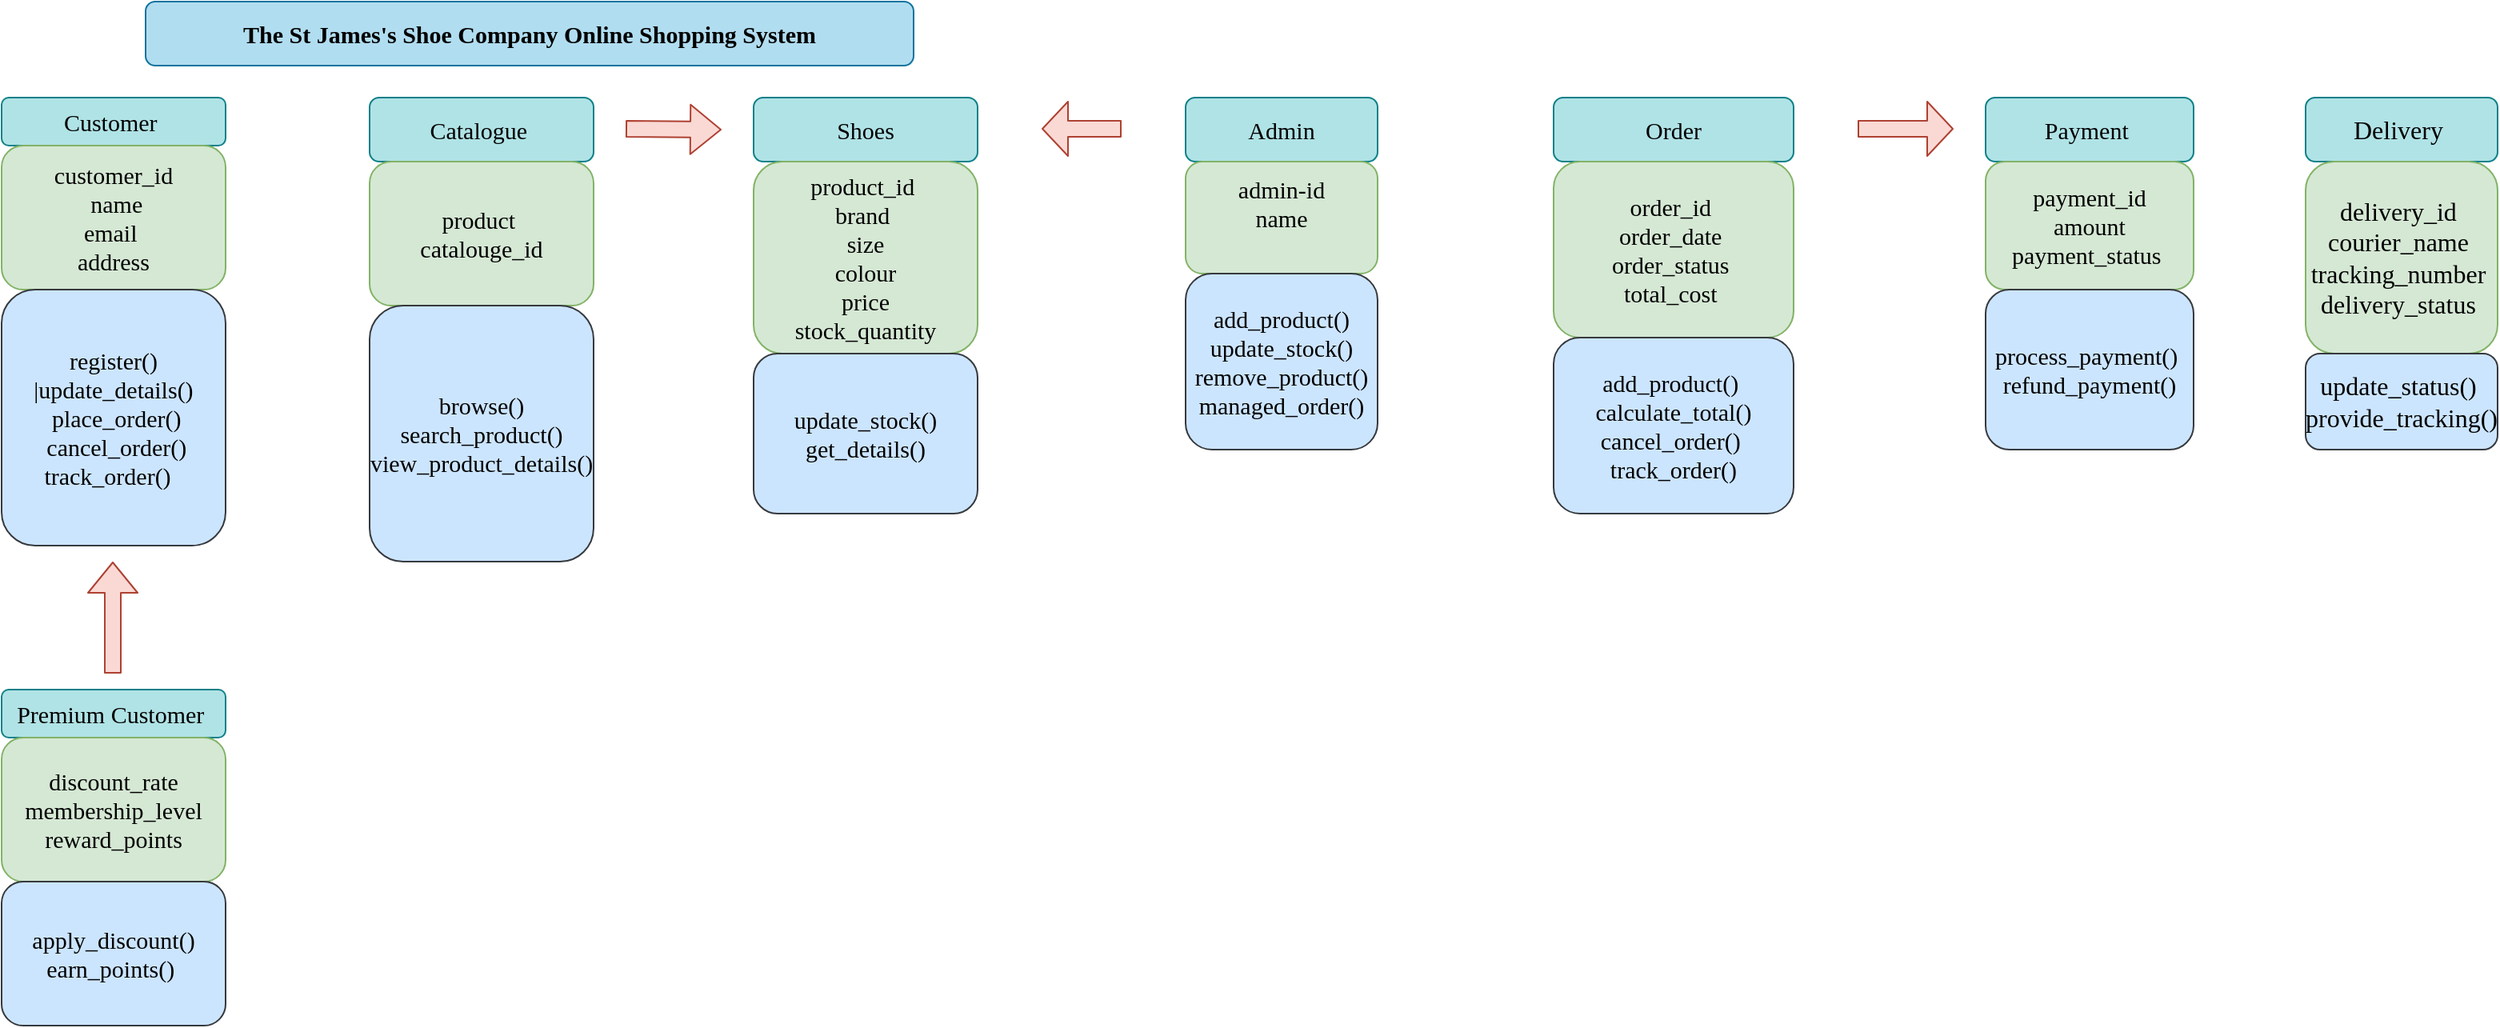
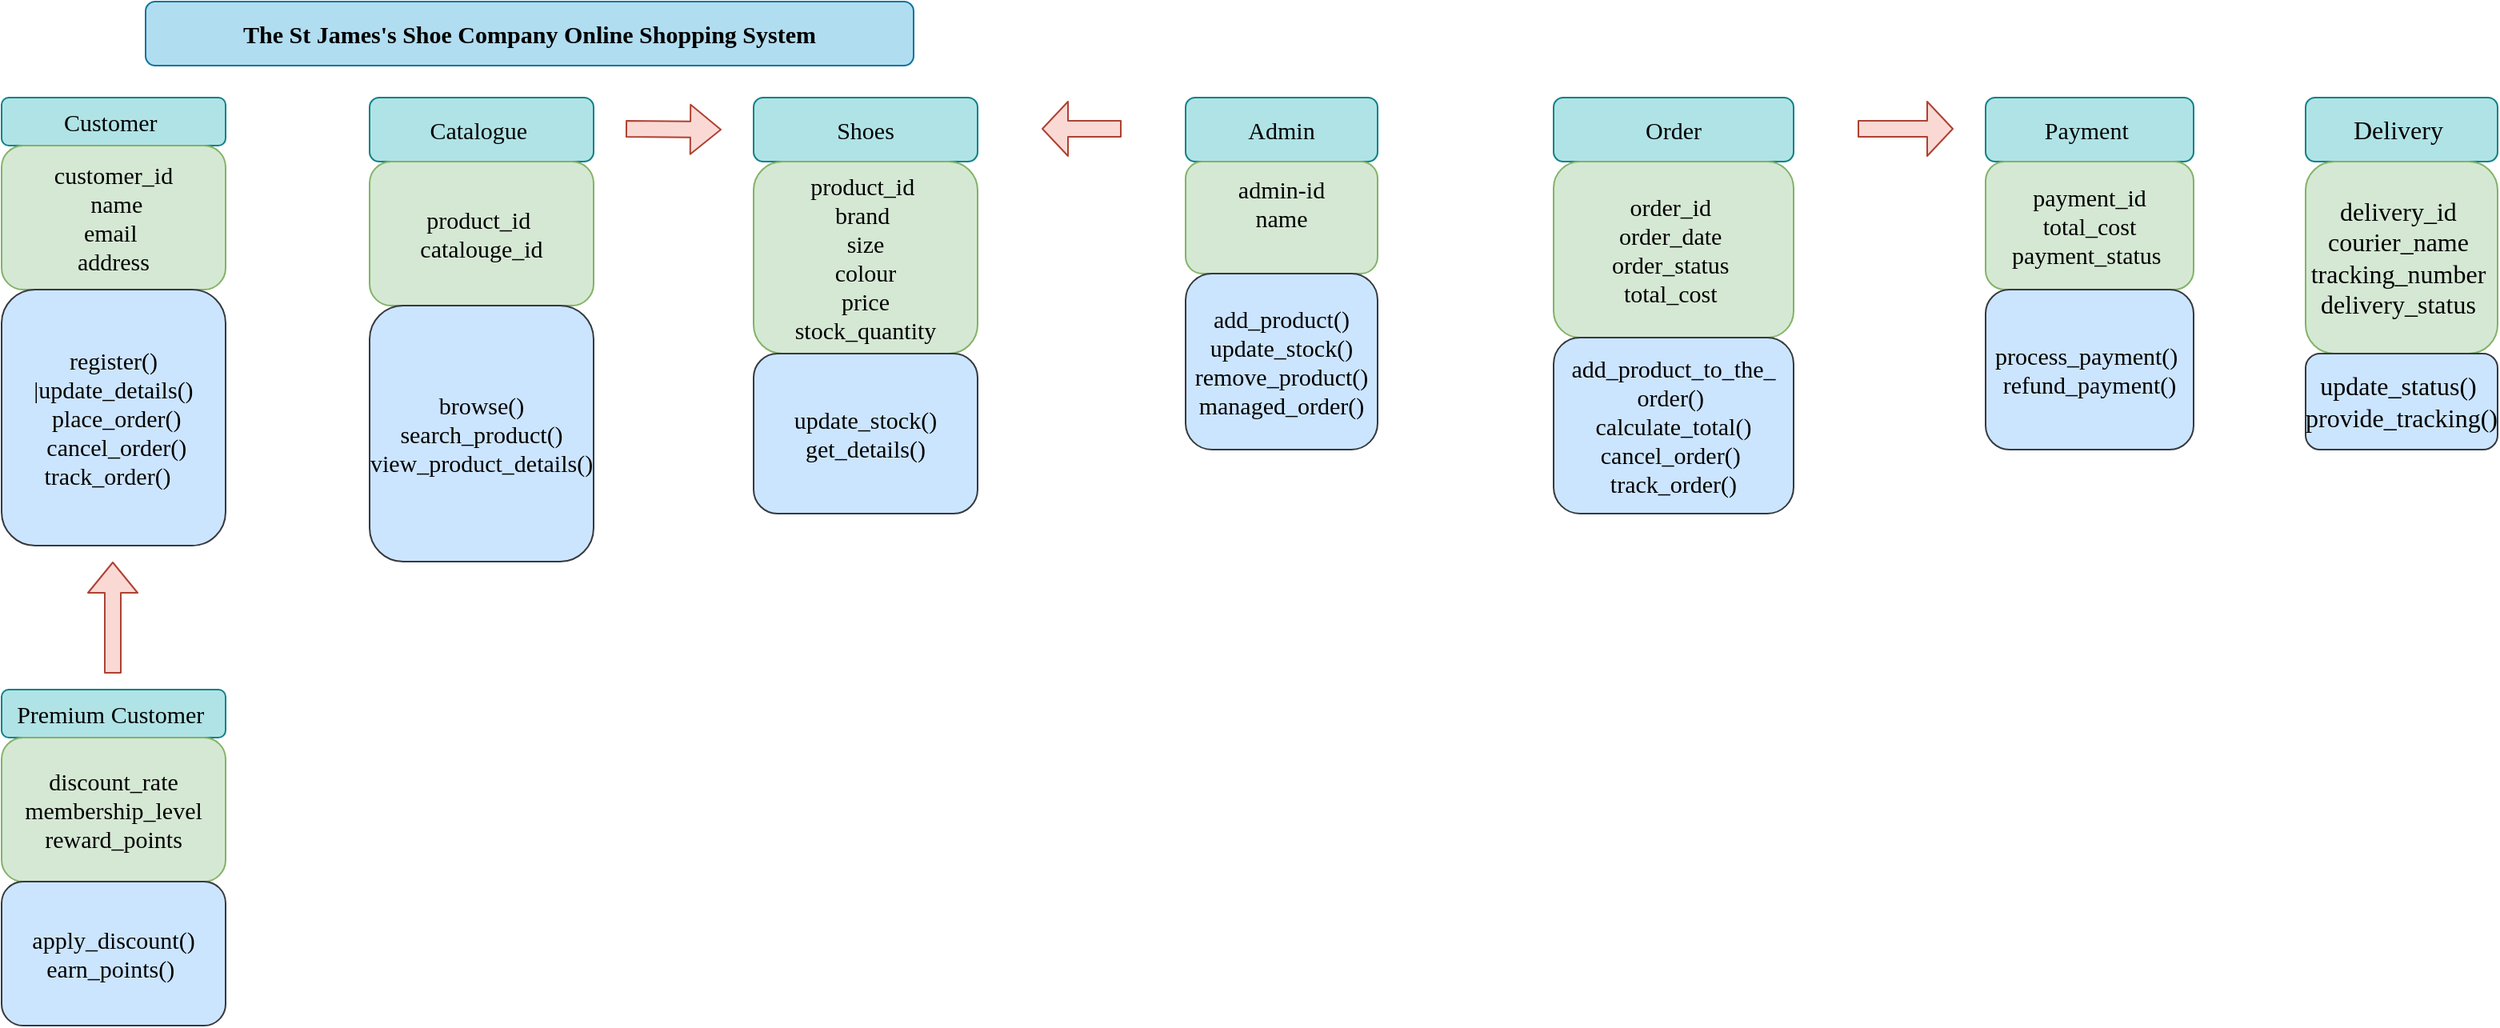
<mxfile host="app.diagrams.net">
  <diagram name="Page-1" id="zBQsa7cZHyROo2B0buzC">
-     <mxGraphModel dx="934" dy="619" grid="1" gridSize="10" guides="1" tooltips="1" connect="1" arrows="1" fold="1" page="1" pageScale="1" pageWidth="1654" pageHeight="2336" background="#FFFFFF" math="0" shadow="0">
+     <mxGraphModel dx="505" dy="335" grid="1" gridSize="10" guides="1" tooltips="1" connect="1" arrows="1" fold="1" page="1" pageScale="1" pageWidth="1654" pageHeight="2336" background="#FFFFFF" math="0" shadow="0">
      <root>
        <mxCell id="0" />
        <mxCell id="1" parent="0" />
        <mxCell id="wbyo3HuhCAC_yU22lBOG-1" parent="1" style="rounded=1;whiteSpace=wrap;html=1;fillColor=#b1ddf0;strokeColor=#10739e;fontFamily=Times New Roman;fontStyle=1;fontSize=15;" value="&lt;span data-token-index=&quot;0&quot; class=&quot;notion-enable-hover&quot; style=&quot;text-align: start;&quot;&gt;The St James&#39;s Shoe Company Online Shopping System&lt;/span&gt;" vertex="1">
          <mxGeometry height="40" width="480" x="110" y="20" as="geometry" />
        </mxCell>
        <mxCell id="wbyo3HuhCAC_yU22lBOG-4" edge="1" parent="1" source="wbyo3HuhCAC_yU22lBOG-2" style="edgeStyle=orthogonalEdgeStyle;rounded=1;orthogonalLoop=1;jettySize=auto;html=1;fontFamily=Times New Roman;fontSize=15;" target="wbyo3HuhCAC_yU22lBOG-3" value="">
          <mxGeometry relative="1" as="geometry" />
        </mxCell>
        <mxCell id="wbyo3HuhCAC_yU22lBOG-2" parent="1" style="rounded=1;whiteSpace=wrap;html=1;fillColor=#b0e3e6;strokeColor=#0e8088;fontFamily=Times New Roman;fontSize=15;" value="&lt;span style=&quot;text-align: start;&quot;&gt;Customer&amp;nbsp;&lt;/span&gt;" vertex="1">
          <mxGeometry height="30" width="140" x="20" y="80" as="geometry" />
        </mxCell>
        <mxCell id="wbyo3HuhCAC_yU22lBOG-3" parent="1" style="whiteSpace=wrap;html=1;rounded=1;fillColor=#d5e8d4;strokeColor=#82b366;fontFamily=Times New Roman;fontSize=15;" value="&lt;span style=&quot;text-align: start;&quot;&gt;customer_id&lt;/span&gt;&lt;div&gt;&lt;span style=&quot;text-align: start;&quot;&gt;&amp;nbsp; name&amp;nbsp;&lt;/span&gt;&lt;/div&gt;&lt;div&gt;&lt;span style=&quot;text-align: start;&quot;&gt;email&amp;nbsp;&lt;/span&gt;&lt;/div&gt;&lt;div&gt;&lt;span style=&quot;text-align: start;&quot;&gt;address&lt;/span&gt;&lt;/div&gt;" vertex="1">
          <mxGeometry height="90" width="140" x="20" y="110" as="geometry" />
        </mxCell>
        <mxCell id="wbyo3HuhCAC_yU22lBOG-5" parent="1" style="rounded=1;whiteSpace=wrap;html=1;fillColor=#cce5ff;strokeColor=#36393d;fontFamily=Times New Roman;fontSize=15;" value="&lt;span style=&quot;caret-color: rgb(0, 0, 0); color: rgb(0, 0, 0); font-style: normal; font-variant-caps: normal; font-weight: 400; letter-spacing: normal; orphans: 2; text-align: start; text-indent: 0px; text-transform: none; white-space: normal; widows: 2; word-spacing: 0px; -webkit-text-stroke-width: 0px; text-decoration: none; float: none; display: inline !important;&quot;&gt;register() |update_details() &amp;nbsp;place_order() &amp;nbsp;cancel_order() track_order() &lt;span class=&quot;Apple-converted-space&quot;&gt;&amp;nbsp;&lt;/span&gt;&lt;/span&gt;" vertex="1">
          <mxGeometry height="160" width="140" x="20" y="200" as="geometry" />
        </mxCell>
        <mxCell id="wbyo3HuhCAC_yU22lBOG-6" edge="1" parent="1" style="shape=flexArrow;endArrow=classic;html=1;rounded=1;fontFamily=Times New Roman;fontSize=15;fillColor=#fad9d5;strokeColor=#ae4132;" value="">
          <mxGeometry height="50" relative="1" width="50" as="geometry">
            <Array as="points" />
            <mxPoint x="89.5" y="440" as="sourcePoint" />
            <mxPoint x="89.5" y="370" as="targetPoint" />
          </mxGeometry>
        </mxCell>
        <mxCell id="wbyo3HuhCAC_yU22lBOG-7" parent="1" style="rounded=1;whiteSpace=wrap;html=1;fillColor=#b0e3e6;strokeColor=#0e8088;fontFamily=Times New Roman;fontSize=15;" value="&lt;font&gt;Premium Customer&amp;nbsp;&lt;/font&gt;" vertex="1">
          <mxGeometry height="30" width="140" x="20" y="450" as="geometry" />
        </mxCell>
        <mxCell id="wbyo3HuhCAC_yU22lBOG-8" parent="1" style="rounded=1;whiteSpace=wrap;html=1;fontFamily=Times New Roman;fontSize=15;fillColor=#d5e8d4;strokeColor=#82b366;" value="&lt;span style=&quot;text-align: start;&quot;&gt;discount_rate membership_level &amp;nbsp;reward_points&amp;nbsp;&lt;/span&gt;" vertex="1">
          <mxGeometry height="90" width="140" x="20" y="480" as="geometry" />
        </mxCell>
        <mxCell id="wbyo3HuhCAC_yU22lBOG-9" parent="1" style="rounded=1;whiteSpace=wrap;html=1;fontFamily=Times New Roman;fontSize=15;fillColor=#cce5ff;strokeColor=#36393d;" value="&lt;span style=&quot;caret-color: rgb(0, 0, 0); color: rgb(0, 0, 0); font-style: normal; font-variant-caps: normal; font-weight: 400; letter-spacing: normal; orphans: 2; text-align: start; text-indent: 0px; text-transform: none; white-space: normal; widows: 2; word-spacing: 0px; -webkit-text-stroke-width: 0px; text-decoration: none; float: none; display: inline !important;&quot;&gt;apply_discount() earn_points()&amp;nbsp;&lt;/span&gt;" vertex="1">
          <mxGeometry height="90" width="140" x="20" y="570" as="geometry" />
        </mxCell>
        <mxCell id="wbyo3HuhCAC_yU22lBOG-10" parent="1" style="rounded=1;whiteSpace=wrap;html=1;fillColor=#b0e3e6;strokeColor=#0e8088;fontFamily=Times New Roman;fontSize=15;" value="&lt;span style=&quot;text-align: start;&quot;&gt;Catalogue&amp;nbsp;&lt;/span&gt;" vertex="1">
          <mxGeometry height="40" width="140" x="250" y="80" as="geometry" />
        </mxCell>
-         <mxCell id="wbyo3HuhCAC_yU22lBOG-11" parent="1" style="whiteSpace=wrap;html=1;rounded=1;fillColor=#d5e8d4;strokeColor=#82b366;fontFamily=Times New Roman;fontSize=15;" value="product&amp;nbsp;&lt;div&gt;catalouge_id&lt;/div&gt;" vertex="1">
+         <mxCell id="wbyo3HuhCAC_yU22lBOG-11" parent="1" style="whiteSpace=wrap;html=1;rounded=1;fillColor=#d5e8d4;strokeColor=#82b366;fontFamily=Times New Roman;fontSize=15;" value="product_id&amp;nbsp;&lt;div&gt;catalouge_id&lt;/div&gt;" vertex="1">
          <mxGeometry height="90" width="140" x="250" y="120" as="geometry" />
        </mxCell>
        <mxCell id="wbyo3HuhCAC_yU22lBOG-12" parent="1" style="rounded=1;whiteSpace=wrap;html=1;fillColor=#cce5ff;strokeColor=#36393d;fontFamily=Times New Roman;fontSize=15;" value="browse()&lt;div&gt;search_product()&lt;/div&gt;&lt;div&gt;view_product_details()&lt;/div&gt;" vertex="1">
          <mxGeometry height="160" width="140" x="250" y="210" as="geometry" />
        </mxCell>
        <mxCell id="wbyo3HuhCAC_yU22lBOG-13" edge="1" parent="1" style="shape=flexArrow;endArrow=classic;html=1;rounded=1;fillColor=#fad9d5;strokeColor=#ae4132;fontFamily=Times New Roman;fontSize=15;" value="">
          <mxGeometry height="50" relative="1" width="50" as="geometry">
            <mxPoint x="410" y="99.5" as="sourcePoint" />
            <mxPoint x="470" y="100" as="targetPoint" />
          </mxGeometry>
        </mxCell>
        <mxCell id="wbyo3HuhCAC_yU22lBOG-14" parent="1" style="rounded=1;whiteSpace=wrap;html=1;fillColor=#b0e3e6;strokeColor=#0e8088;fontFamily=Times New Roman;fontSize=15;" value="&lt;span style=&quot;text-align: start;&quot;&gt;Shoes&lt;/span&gt;" vertex="1">
          <mxGeometry height="40" width="140" x="490" y="80" as="geometry" />
        </mxCell>
        <mxCell id="wbyo3HuhCAC_yU22lBOG-15" parent="1" style="whiteSpace=wrap;html=1;rounded=1;fillColor=#d5e8d4;strokeColor=#82b366;fontFamily=Times New Roman;fontSize=15;" value="&lt;div&gt;&lt;span style=&quot;text-align: start;&quot;&gt;&lt;br&gt;&lt;/span&gt;&lt;/div&gt;&lt;span style=&quot;text-align: start;&quot;&gt;product_id&amp;nbsp;&lt;/span&gt;&lt;br&gt;&lt;div&gt;&lt;span style=&quot;text-align: start;&quot;&gt;brand&amp;nbsp;&lt;/span&gt;&lt;span style=&quot;text-align: start;&quot;&gt;&lt;br&gt;&lt;/span&gt;&lt;/div&gt;&lt;div&gt;&lt;span style=&quot;text-align: start;&quot;&gt;size&lt;/span&gt;&lt;/div&gt;&lt;div&gt;&lt;span style=&quot;text-align: start;&quot;&gt;colour&lt;/span&gt;&lt;/div&gt;&lt;div&gt;&lt;span style=&quot;text-align: start;&quot;&gt;price&lt;/span&gt;&lt;/div&gt;&lt;div&gt;&lt;span style=&quot;text-align: start;&quot;&gt;stock_quantity&lt;/span&gt;&lt;/div&gt;&lt;div&gt;&lt;span style=&quot;text-align: start;&quot;&gt;&lt;br&gt;&lt;/span&gt;&lt;/div&gt;" vertex="1">
          <mxGeometry height="120" width="140" x="490" y="120" as="geometry" />
        </mxCell>
        <mxCell id="wbyo3HuhCAC_yU22lBOG-16" parent="1" style="rounded=1;whiteSpace=wrap;html=1;fillColor=#cce5ff;strokeColor=#36393d;fontFamily=Times New Roman;fontSize=15;" value="update_stock()&lt;div&gt;get_details()&lt;/div&gt;" vertex="1">
          <mxGeometry height="100" width="140" x="490" y="240" as="geometry" />
        </mxCell>
        <mxCell id="wbyo3HuhCAC_yU22lBOG-18" edge="1" parent="1" style="shape=flexArrow;endArrow=classic;html=1;rounded=1;endWidth=23;endSize=5;fillColor=#fad9d5;strokeColor=#ae4132;fontFamily=Times New Roman;fontSize=15;" value="">
          <mxGeometry height="50" relative="1" width="50" as="geometry">
            <mxPoint x="720" y="99.5" as="sourcePoint" />
            <mxPoint x="670" y="99.5" as="targetPoint" />
          </mxGeometry>
        </mxCell>
        <mxCell id="wbyo3HuhCAC_yU22lBOG-19" parent="1" style="rounded=1;whiteSpace=wrap;html=1;fontFamily=Times New Roman;fontSize=15;fillColor=#b0e3e6;strokeColor=#0e8088;" value="&lt;font&gt;Admin&lt;/font&gt;" vertex="1">
          <mxGeometry height="40" width="120" x="760" y="80" as="geometry" />
        </mxCell>
        <mxCell id="wbyo3HuhCAC_yU22lBOG-20" parent="1" style="rounded=1;whiteSpace=wrap;html=1;fontSize=15;fontFamily=Times New Roman;fillColor=#d5e8d4;strokeColor=#82b366;" value="admin-id&lt;div&gt;name&lt;/div&gt;&lt;div&gt;&lt;br&gt;&lt;/div&gt;" vertex="1">
          <mxGeometry height="70" width="120" x="760" y="120" as="geometry" />
        </mxCell>
        <mxCell id="wbyo3HuhCAC_yU22lBOG-21" parent="1" style="rounded=1;whiteSpace=wrap;html=1;fontSize=15;fontFamily=Times New Roman;fillColor=#cce5ff;strokeColor=#36393d;" value="add_product()&lt;div&gt;update_stock()&lt;/div&gt;&lt;div&gt;remove_product()&lt;/div&gt;&lt;div&gt;managed_order()&lt;/div&gt;" vertex="1">
          <mxGeometry height="110" width="120" x="760" y="190" as="geometry" />
        </mxCell>
        <mxCell id="wbyo3HuhCAC_yU22lBOG-22" parent="1" style="rounded=1;whiteSpace=wrap;html=1;fontFamily=Times New Roman;fontSize=15;fillColor=#b0e3e6;strokeColor=#0e8088;" value="Order" vertex="1">
          <mxGeometry height="40" width="150" x="990" y="80" as="geometry" />
        </mxCell>
        <mxCell id="wbyo3HuhCAC_yU22lBOG-23" parent="1" style="rounded=1;whiteSpace=wrap;html=1;fontFamily=Times New Roman;fontSize=15;fillColor=#d5e8d4;strokeColor=#82b366;" value="&lt;span style=&quot;text-align: start;&quot;&gt;order_id&amp;nbsp;&lt;/span&gt;&lt;div&gt;&lt;span style=&quot;text-align: start;&quot;&gt;order_date&amp;nbsp;&lt;/span&gt;&lt;span style=&quot;text-align: start;&quot;&gt;&lt;br&gt;&lt;/span&gt;&lt;/div&gt;&lt;div&gt;&lt;span style=&quot;text-align: start;&quot;&gt;order_status&amp;nbsp;&lt;/span&gt;&lt;span style=&quot;text-align: start;&quot;&gt;&lt;br&gt;&lt;/span&gt;&lt;/div&gt;&lt;div&gt;&lt;span style=&quot;text-align: start;&quot;&gt;total_cost&amp;nbsp;&lt;/span&gt;&lt;span style=&quot;text-align: start;&quot;&gt;&lt;br&gt;&lt;/span&gt;&lt;/div&gt;" vertex="1">
          <mxGeometry height="110" width="150" x="990" y="120" as="geometry" />
        </mxCell>
-         <mxCell id="wbyo3HuhCAC_yU22lBOG-24" parent="1" style="rounded=1;whiteSpace=wrap;html=1;fontFamily=Times New Roman;fontSize=15;fillColor=#cce5ff;strokeColor=#36393d;" value="&lt;span style=&quot;text-align: start;&quot;&gt;add_product()&amp;nbsp;&lt;/span&gt;&lt;div&gt;&lt;span style=&quot;text-align: start;&quot;&gt;calculate_total()&lt;/span&gt;&lt;span style=&quot;text-align: start;&quot;&gt;&lt;br&gt;&lt;/span&gt;&lt;/div&gt;&lt;div&gt;&lt;span style=&quot;text-align: start;&quot;&gt;cancel_order()&amp;nbsp;&lt;/span&gt;&lt;span style=&quot;text-align: start;&quot;&gt;&lt;br&gt;&lt;/span&gt;&lt;/div&gt;&lt;div&gt;&lt;span style=&quot;text-align: start;&quot;&gt;track_order()&lt;/span&gt;&lt;span style=&quot;text-align: start;&quot;&gt;&lt;br&gt;&lt;/span&gt;&lt;/div&gt;" vertex="1">
+         <mxCell id="wbyo3HuhCAC_yU22lBOG-24" parent="1" style="rounded=1;whiteSpace=wrap;html=1;fontFamily=Times New Roman;fontSize=15;fillColor=#cce5ff;strokeColor=#36393d;" value="&lt;span style=&quot;text-align: start;&quot;&gt;add_product_to_the_&lt;/span&gt;&lt;div&gt;&lt;span style=&quot;text-align: start;&quot;&gt;order()&amp;nbsp;&lt;/span&gt;&lt;div&gt;&lt;span style=&quot;text-align: start;&quot;&gt;calculate_total()&lt;/span&gt;&lt;span style=&quot;text-align: start;&quot;&gt;&lt;br&gt;&lt;/span&gt;&lt;/div&gt;&lt;div&gt;&lt;span style=&quot;text-align: start;&quot;&gt;cancel_order()&amp;nbsp;&lt;/span&gt;&lt;span style=&quot;text-align: start;&quot;&gt;&lt;br&gt;&lt;/span&gt;&lt;/div&gt;&lt;div&gt;&lt;span style=&quot;text-align: start;&quot;&gt;track_order()&lt;/span&gt;&lt;span style=&quot;text-align: start;&quot;&gt;&lt;br&gt;&lt;/span&gt;&lt;/div&gt;&lt;/div&gt;" vertex="1">
          <mxGeometry height="110" width="150" x="990" y="230" as="geometry" />
        </mxCell>
        <mxCell id="wbyo3HuhCAC_yU22lBOG-26" edge="1" parent="1" style="shape=flexArrow;endArrow=classic;html=1;rounded=1;endWidth=23;endSize=5;fillColor=#fad9d5;strokeColor=#ae4132;fontFamily=Times New Roman;fontSize=15;" value="">
          <mxGeometry height="50" relative="1" width="50" as="geometry">
            <Array as="points">
              <mxPoint x="1180" y="99.5" />
            </Array>
            <mxPoint x="1180" y="99.5" as="sourcePoint" />
            <mxPoint x="1240" y="99.5" as="targetPoint" />
          </mxGeometry>
        </mxCell>
        <mxCell id="wbyo3HuhCAC_yU22lBOG-27" parent="1" style="rounded=1;whiteSpace=wrap;html=1;fontFamily=Times New Roman;fontSize=15;fillColor=#b0e3e6;strokeColor=#0e8088;" value="&lt;span style=&quot;caret-color: rgb(0, 0, 0); color: rgb(0, 0, 0); font-style: normal; font-variant-caps: normal; font-weight: 400; letter-spacing: normal; orphans: 2; text-align: start; text-indent: 0px; text-transform: none; white-space: normal; widows: 2; word-spacing: 0px; -webkit-text-stroke-width: 0px; text-decoration: none; float: none; display: inline !important;&quot;&gt;Payment&lt;span class=&quot;Apple-converted-space&quot;&gt;&amp;nbsp;&lt;/span&gt;&lt;/span&gt;" vertex="1">
          <mxGeometry height="40" width="130" x="1260" y="80" as="geometry" />
        </mxCell>
-         <mxCell id="wbyo3HuhCAC_yU22lBOG-28" parent="1" style="rounded=1;whiteSpace=wrap;html=1;fontFamily=Times New Roman;fontSize=15;fillColor=#d5e8d4;strokeColor=#82b366;" value="payment_id&lt;div&gt;amount&lt;/div&gt;&lt;div&gt;&lt;span style=&quot;text-align: start;&quot;&gt;payment_status&amp;nbsp;&lt;/span&gt;&lt;br&gt;&lt;/div&gt;" vertex="1">
+         <mxCell id="wbyo3HuhCAC_yU22lBOG-28" parent="1" style="rounded=1;whiteSpace=wrap;html=1;fontFamily=Times New Roman;fontSize=15;fillColor=#d5e8d4;strokeColor=#82b366;" value="payment_id&lt;div&gt;total_cost&lt;/div&gt;&lt;div&gt;&lt;span style=&quot;text-align: start;&quot;&gt;payment_status&amp;nbsp;&lt;/span&gt;&lt;br&gt;&lt;/div&gt;" vertex="1">
          <mxGeometry height="80" width="130" x="1260" y="120" as="geometry" />
        </mxCell>
        <mxCell id="wbyo3HuhCAC_yU22lBOG-29" parent="1" style="rounded=1;whiteSpace=wrap;html=1;fontFamily=Times New Roman;fontSize=15;fillColor=#cce5ff;strokeColor=#36393d;" value="&lt;span style=&quot;text-align: start;&quot;&gt;process_payment()&amp;nbsp;&lt;/span&gt;&lt;div&gt;&lt;span style=&quot;text-align: start;&quot;&gt;refund_payment()&lt;/span&gt;&lt;/div&gt;" vertex="1">
          <mxGeometry height="100" width="130" x="1260" y="200" as="geometry" />
        </mxCell>
        <mxCell id="wbyo3HuhCAC_yU22lBOG-30" parent="1" style="rounded=1;whiteSpace=wrap;html=1;fillColor=#b0e3e6;strokeColor=#0e8088;" value="&lt;span style=&quot;font-family: -webkit-standard; font-size: medium; text-align: start;&quot;&gt;Delivery&amp;nbsp;&lt;/span&gt;" vertex="1">
          <mxGeometry height="40" width="120" x="1460" y="80" as="geometry" />
        </mxCell>
        <mxCell id="wbyo3HuhCAC_yU22lBOG-31" parent="1" style="rounded=1;whiteSpace=wrap;html=1;fillColor=#d5e8d4;strokeColor=#82b366;" value="&lt;span style=&quot;font-family: -webkit-standard; font-size: medium; text-align: start;&quot;&gt;delivery_id&amp;nbsp;&lt;/span&gt;&lt;div&gt;&lt;span style=&quot;font-family: -webkit-standard; font-size: medium; text-align: start;&quot;&gt;courier_name&amp;nbsp;&lt;/span&gt;&lt;span style=&quot;font-family: -webkit-standard; font-size: medium; text-align: start;&quot;&gt;&lt;br&gt;&lt;/span&gt;&lt;/div&gt;&lt;div&gt;&lt;span style=&quot;font-family: -webkit-standard; font-size: medium; text-align: start;&quot;&gt;tracking_number&amp;nbsp;&lt;/span&gt;&lt;span style=&quot;font-family: -webkit-standard; font-size: medium; text-align: start;&quot;&gt;&lt;br&gt;&lt;/span&gt;&lt;/div&gt;&lt;div&gt;&lt;span style=&quot;font-family: -webkit-standard; font-size: medium; text-align: start;&quot;&gt;delivery_status&amp;nbsp;&lt;/span&gt;&lt;span style=&quot;font-family: -webkit-standard; font-size: medium; text-align: start;&quot;&gt;&lt;br&gt;&lt;/span&gt;&lt;/div&gt;" vertex="1">
          <mxGeometry height="120" width="120" x="1460" y="120" as="geometry" />
        </mxCell>
        <mxCell id="wbyo3HuhCAC_yU22lBOG-33" parent="1" style="rounded=1;whiteSpace=wrap;html=1;fillColor=#cce5ff;strokeColor=#36393d;" value="&lt;span style=&quot;font-family: -webkit-standard; font-size: medium; text-align: start;&quot;&gt;update_status()&amp;nbsp;&lt;/span&gt;&lt;div&gt;&lt;span style=&quot;font-family: -webkit-standard; font-size: medium; text-align: start;&quot;&gt;provide_tracking()&lt;/span&gt;&lt;span style=&quot;font-family: -webkit-standard; font-size: medium; text-align: start;&quot;&gt;&lt;br&gt;&lt;/span&gt;&lt;/div&gt;" vertex="1">
          <mxGeometry height="60" width="120" x="1460" y="240" as="geometry" />
        </mxCell>
      </root>
    </mxGraphModel>
  </diagram>
</mxfile>
